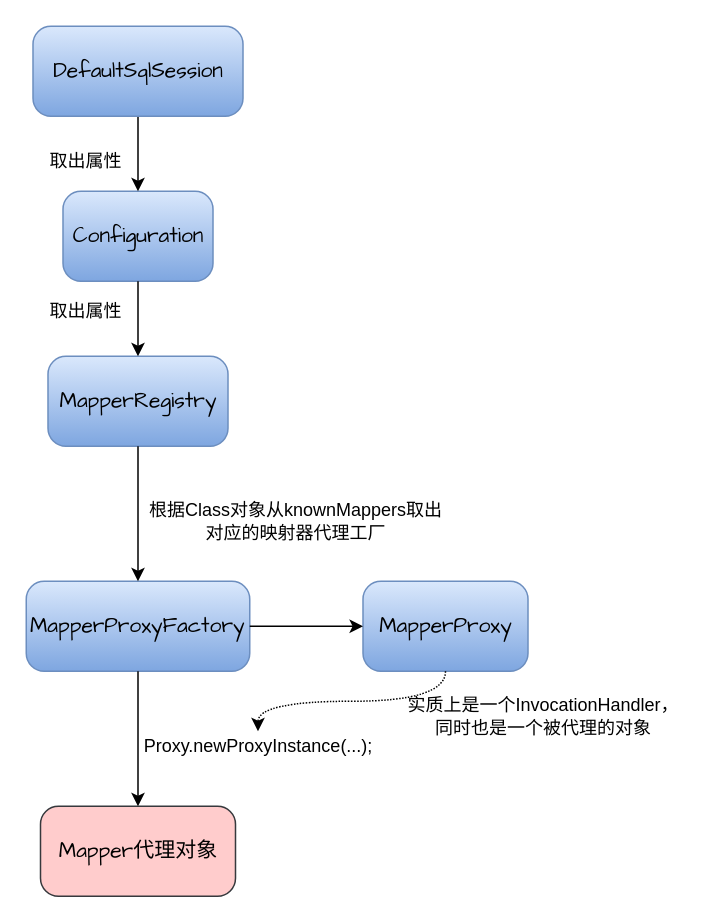
This is page "Mapper代理对象生成" (4 of 5) of MyBatis概要流程.drawio from heweijun123/drawio-database, a draw.io file, before an edit. Source tidied: cells renumbered, new cells numbered last; positions are measured from the earlier drawing's top-left corner, leaving out a move shared by most shapes. Both pictures are drawn from the tidied source at 150%, with x=0, y=0 at pixel (26, 26).
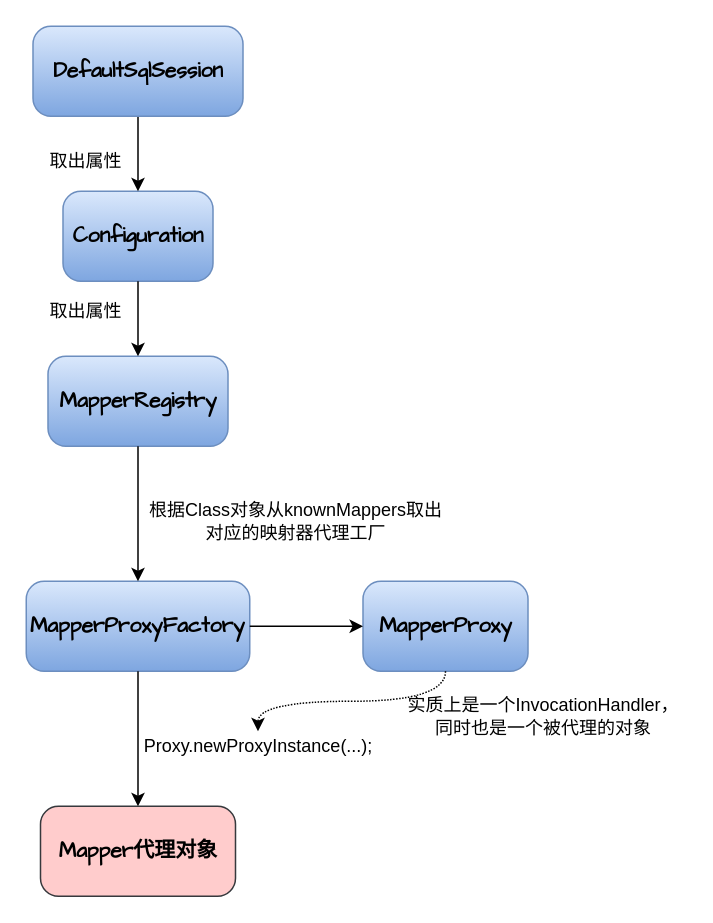
The same page after the edit.

The change refers to these unchanged cells:
```xml
<mxCell id="2" style="group;" parent="1" vertex="1">
  <mxGeometry x="24.5" y="110" width="100" height="60" as="geometry" />
</mxCell>
<mxCell id="5" style="group;" parent="1" vertex="1">
  <mxGeometry x="4.5" width="140" height="60" as="geometry" />
</mxCell>
<mxCell id="8" style="group;" parent="1" vertex="1">
  <mxGeometry x="14.5" y="220" width="120" height="60" as="geometry" />
</mxCell>
<mxCell id="12" style="group;" parent="1" vertex="1">
  <mxGeometry y="370" width="149" height="60" as="geometry" />
</mxCell>
<mxCell id="16" style="group;" parent="1" vertex="1">
  <mxGeometry x="224.5" y="370" width="110" height="60" as="geometry" />
</mxCell>
<mxCell id="18" style="group;" parent="1" vertex="1">
  <mxGeometry x="9.5" y="520" width="130" height="60" as="geometry" />
</mxCell>
```

What changed in the source:
```diff
@@
-    <mxCell id="3" value="&lt;span style=&quot;color: rgb(0 , 0 , 0) ; font-size: 14px&quot;&gt;Configuration&lt;/span&gt;" style="rounded=1;whiteSpace=wrap;html=1;shadow=0;fontColor=#000000;strokeColor=#6c8ebf;fillColor=#dae8fc;gradientColor=#7ea6e0;arcSize=20;fontFamily=Comic Sans MS;" parent="2" vertex="1">
+    <mxCell id="3" value="&lt;span style=&quot;color: rgb(0 , 0 , 0) ; font-size: 14px&quot;&gt;&lt;b&gt;Configuration&lt;/b&gt;&lt;/span&gt;" style="rounded=1;whiteSpace=wrap;html=1;shadow=0;fontColor=#000000;strokeColor=#6c8ebf;fillColor=#dae8fc;gradientColor=#7ea6e0;arcSize=20;fontFamily=Comic Sans MS;" parent="2" vertex="1">
       <mxGeometry width="100" height="60" as="geometry" />
     </mxCell>
@@
-    <mxCell id="6" value="&lt;span style=&quot;color: rgb(0 , 0 , 0) ; font-size: 14px&quot;&gt;DefaultSqlSession&lt;/span&gt;" style="rounded=1;whiteSpace=wrap;html=1;shadow=0;fontColor=#000000;strokeColor=#6c8ebf;fillColor=#dae8fc;gradientColor=#7ea6e0;arcSize=20;fontFamily=Comic Sans MS;" parent="5" vertex="1">
+    <mxCell id="6" value="&lt;span style=&quot;color: rgb(0 , 0 , 0) ; font-size: 14px&quot;&gt;&lt;b&gt;DefaultSqlSession&lt;/b&gt;&lt;/span&gt;" style="rounded=1;whiteSpace=wrap;html=1;shadow=0;fontColor=#000000;strokeColor=#6c8ebf;fillColor=#dae8fc;gradientColor=#7ea6e0;arcSize=20;fontFamily=Comic Sans MS;" parent="5" vertex="1">
       <mxGeometry width="140" height="60" as="geometry" />
     </mxCell>
@@
-    <mxCell id="9" value="&lt;span style=&quot;color: rgb(0 , 0 , 0) ; font-size: 14px&quot;&gt;MapperRegistry&lt;/span&gt;" style="rounded=1;whiteSpace=wrap;html=1;shadow=0;fontColor=#000000;strokeColor=#6c8ebf;fillColor=#dae8fc;gradientColor=#7ea6e0;arcSize=20;fontFamily=Comic Sans MS;" parent="8" vertex="1">
+    <mxCell id="9" value="&lt;span style=&quot;color: rgb(0 , 0 , 0) ; font-size: 14px&quot;&gt;&lt;b&gt;MapperRegistry&lt;/b&gt;&lt;/span&gt;" style="rounded=1;whiteSpace=wrap;html=1;shadow=0;fontColor=#000000;strokeColor=#6c8ebf;fillColor=#dae8fc;gradientColor=#7ea6e0;arcSize=20;fontFamily=Comic Sans MS;" parent="8" vertex="1">
       <mxGeometry width="120" height="60" as="geometry" />
     </mxCell>
@@
-    <mxCell id="13" value="&lt;span style=&quot;color: rgb(0 , 0 , 0) ; font-size: 14px&quot;&gt;MapperProxyFactory&lt;/span&gt;" style="rounded=1;whiteSpace=wrap;html=1;shadow=0;fontColor=#000000;strokeColor=#6c8ebf;fillColor=#dae8fc;gradientColor=#7ea6e0;arcSize=20;fontFamily=Comic Sans MS;" parent="12" vertex="1">
+    <mxCell id="13" value="&lt;span style=&quot;color: rgb(0 , 0 , 0) ; font-size: 14px&quot;&gt;&lt;b&gt;MapperProxyFactory&lt;/b&gt;&lt;/span&gt;" style="rounded=1;whiteSpace=wrap;html=1;shadow=0;fontColor=#000000;strokeColor=#6c8ebf;fillColor=#dae8fc;gradientColor=#7ea6e0;arcSize=20;fontFamily=Comic Sans MS;" parent="12" vertex="1">
       <mxGeometry width="149" height="60" as="geometry" />
     </mxCell>
@@
-    <mxCell id="17" value="&lt;span style=&quot;color: rgb(0 , 0 , 0) ; font-size: 14px&quot;&gt;MapperProxy&lt;/span&gt;" style="rounded=1;whiteSpace=wrap;html=1;shadow=0;fontColor=#000000;strokeColor=#6c8ebf;fillColor=#dae8fc;gradientColor=#7ea6e0;arcSize=20;fontFamily=Comic Sans MS;" parent="16" vertex="1">
+    <mxCell id="17" value="&lt;span style=&quot;color: rgb(0 , 0 , 0) ; font-size: 14px&quot;&gt;&lt;b&gt;MapperProxy&lt;/b&gt;&lt;/span&gt;" style="rounded=1;whiteSpace=wrap;html=1;shadow=0;fontColor=#000000;strokeColor=#6c8ebf;fillColor=#dae8fc;gradientColor=#7ea6e0;arcSize=20;fontFamily=Comic Sans MS;" parent="16" vertex="1">
       <mxGeometry width="110" height="60" as="geometry" />
     </mxCell>
@@
-    <mxCell id="19" value="&lt;span style=&quot;color: rgb(0 , 0 , 0)&quot;&gt;&lt;font style=&quot;font-size: 14px&quot;&gt;Mapper代理对象&lt;/font&gt;&lt;/span&gt;" style="rounded=1;whiteSpace=wrap;html=1;shadow=0;strokeColor=#36393d;fillColor=#ffcccc;arcSize=20;fontFamily=Comic Sans MS;" parent="18" vertex="1">
+    <mxCell id="19" value="&lt;span style=&quot;color: rgb(0 , 0 , 0)&quot;&gt;&lt;font style=&quot;font-size: 14px&quot;&gt;&lt;b&gt;Mapper代理对象&lt;/b&gt;&lt;/font&gt;&lt;/span&gt;" style="rounded=1;whiteSpace=wrap;html=1;shadow=0;strokeColor=#36393d;fillColor=#ffcccc;arcSize=20;fontFamily=Comic Sans MS;" parent="18" vertex="1">
       <mxGeometry width="130" height="60" as="geometry" />
     </mxCell>
```
